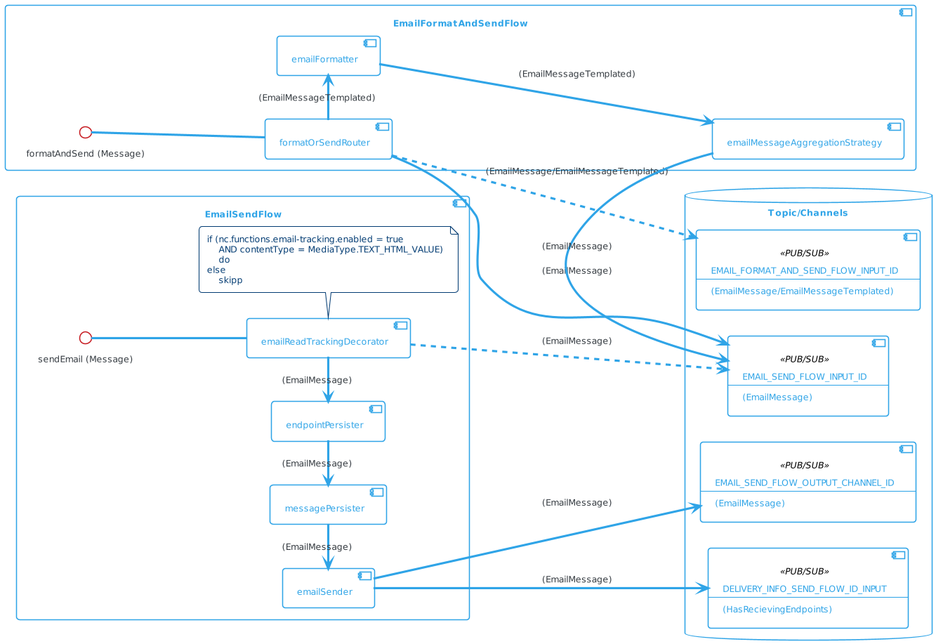
Before: docs/diagrams/png/email-processing-flow.png, a diagram exported from PlantUML (com-obj/notiflow). Its diagram source:
```plantuml
@startuml
!theme cerulean-outline

left to right direction

skinparam backgroundcolor White
skinparam component {
    backgroundColor<<user defined>> LightGray
}

database "Topic/Channels" {
    component EMAIL_FORMAT_AND_SEND_FLOW_INPUT_ID<<PUB/SUB>>[
        EMAIL_FORMAT_AND_SEND_FLOW_INPUT_ID
        --
        (EmailMessage/EmailMessageTemplated)
    ]

    component EMAIL_SEND_FLOW_INPUT_ID<<PUB/SUB>>[
        EMAIL_SEND_FLOW_INPUT_ID
        --
        (EmailMessage)
    ]

    component EMAIL_SEND_FLOW_OUTPUT_CHANNEL_ID<<PUB/SUB>>[
        EMAIL_SEND_FLOW_OUTPUT_CHANNEL_ID
        --
        (EmailMessage)
    ]

    component DELIVERY_INFO_SEND_FLOW_ID_INPUT<<PUB/SUB>>  [
        DELIVERY_INFO_SEND_FLOW_ID_INPUT
        --
        (HasRecievingEndpoints)
    ]

}

component "EmailSendFlow" {
    [emailReadTrackingDecorator]
    [endpointPersister]
    [messagePersister]
    [emailSender]

    emailReadTrackingDecorator -l-> endpointPersister: (EmailMessage)
    endpointPersister -l-> messagePersister: (EmailMessage)
    messagePersister -l-> emailSender: (EmailMessage)


    emailReadTrackingDecorator ..> EMAIL_SEND_FLOW_INPUT_ID : (EmailMessage)
    emailSender --> EMAIL_SEND_FLOW_OUTPUT_CHANNEL_ID : (EmailMessage)

    emailSender --> DELIVERY_INFO_SEND_FLOW_ID_INPUT : (EmailMessage)

    note bottom of emailReadTrackingDecorator
        if (nc.functions.email-tracking.enabled = true
            AND contentType = MediaType.TEXT_HTML_VALUE)
            do
        else
            skipp
    end note


    interface "sendEmail (Message)" as sendEmail
        emailReadTrackingDecorator -u- sendEmail
}



component "EmailFormatAndSendFlow" {
    [formatOrSendRouter]
    [emailFormatter]
    [emailMessageAggregationStrategy]

    emailFormatter --> emailMessageAggregationStrategy: (EmailMessageTemplated)

    formatOrSendRouter .> EMAIL_FORMAT_AND_SEND_FLOW_INPUT_ID : (EmailMessage/EmailMessageTemplated)



    formatOrSendRouter -> emailFormatter : (EmailMessageTemplated)
    formatOrSendRouter -> EMAIL_SEND_FLOW_INPUT_ID : (EmailMessage)

    emailMessageAggregationStrategy -> EMAIL_SEND_FLOW_INPUT_ID : (EmailMessage)

    interface "formatAndSend (Message)" as formatAndSend
        formatOrSendRouter -u- formatAndSend

}
@enduml
```
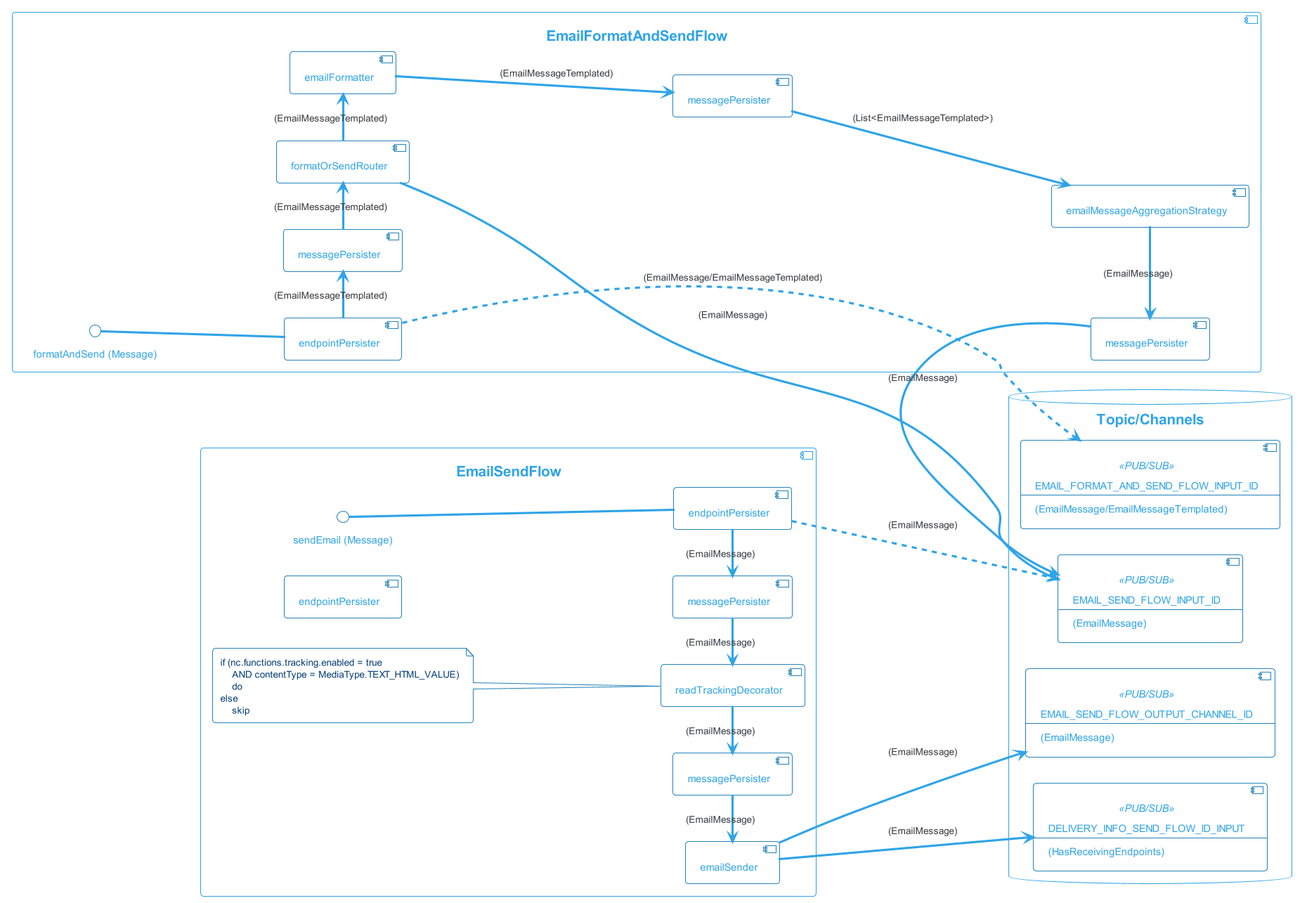
The same diagram one commit later.

The edit, as a diff of the source:
```diff
@@ -1,4 +1,5 @@
 @startuml
+
 !theme cerulean-outline
 
 left to right direction
@@ -30,60 +31,79 @@
     component DELIVERY_INFO_SEND_FLOW_ID_INPUT<<PUB/SUB>>  [
         DELIVERY_INFO_SEND_FLOW_ID_INPUT
         --
-        (HasRecievingEndpoints)
+        (HasReceivingEndpoints)
     ]
 
 }
 
 component "EmailSendFlow" {
-    [emailReadTrackingDecorator]
-    [endpointPersister]
-    [messagePersister]
+    [endpointPersister] as endpointPersister1
+    [messagePersister] as messagePersister1
+    [readTrackingDecorator]
+    [endpointPersister] as endpointPersister2
+    [messagePersister] as messagePersister2
     [emailSender]
 
-    emailReadTrackingDecorator -l-> endpointPersister: (EmailMessage)
-    endpointPersister -l-> messagePersister: (EmailMessage)
-    messagePersister -l-> emailSender: (EmailMessage)
+    endpointPersister1 -l-> messagePersister1: (EmailMessage)
+    messagePersister1 -l-> readTrackingDecorator: (EmailMessage)
+    readTrackingDecorator -l-> messagePersister2: (EmailMessage)
+    messagePersister2 -l-> emailSender: (EmailMessage)
 
 
-    emailReadTrackingDecorator ..> EMAIL_SEND_FLOW_INPUT_ID : (EmailMessage)
+    endpointPersister1 ..> EMAIL_SEND_FLOW_INPUT_ID : (EmailMessage)
     emailSender --> EMAIL_SEND_FLOW_OUTPUT_CHANNEL_ID : (EmailMessage)
 
     emailSender --> DELIVERY_INFO_SEND_FLOW_ID_INPUT : (EmailMessage)
 
-    note bottom of emailReadTrackingDecorator
-        if (nc.functions.email-tracking.enabled = true
+    note left of readTrackingDecorator
+        if (nc.functions.tracking.enabled = true
             AND contentType = MediaType.TEXT_HTML_VALUE)
             do
         else
-            skipp
+            skip
     end note
 
 
     interface "sendEmail (Message)" as sendEmail
-        emailReadTrackingDecorator -u- sendEmail
+        endpointPersister1 -u- sendEmail
 }
 
 
 
 component "EmailFormatAndSendFlow" {
+    [endpointPersister] as endpointPersister3
+    [messagePersister] as messagePersister3
     [formatOrSendRouter]
     [emailFormatter]
+    [messagePersister] as messagePersister4
     [emailMessageAggregationStrategy]
+    [messagePersister] as messagePersister5
 
-    emailFormatter --> emailMessageAggregationStrategy: (EmailMessageTemplated)
 
-    formatOrSendRouter .> EMAIL_FORMAT_AND_SEND_FLOW_INPUT_ID : (EmailMessage/EmailMessageTemplated)
+    emailFormatter --> messagePersister4: (EmailMessageTemplated)
+    messagePersister4 --> emailMessageAggregationStrategy: (List<EmailMessageTemplated>)
+
+    endpointPersister3 .> EMAIL_FORMAT_AND_SEND_FLOW_INPUT_ID : (EmailMessage/EmailMessageTemplated)
 
 
 
+    endpointPersister3 -> messagePersister3 : (EmailMessageTemplated)
+    messagePersister3 -> formatOrSendRouter : (EmailMessageTemplated)
     formatOrSendRouter -> emailFormatter : (EmailMessageTemplated)
     formatOrSendRouter -> EMAIL_SEND_FLOW_INPUT_ID : (EmailMessage)
 
-    emailMessageAggregationStrategy -> EMAIL_SEND_FLOW_INPUT_ID : (EmailMessage)
+    emailMessageAggregationStrategy -l-> messagePersister5 : (EmailMessage)
+    messagePersister5 -> EMAIL_SEND_FLOW_INPUT_ID : (EmailMessage)
 
     interface "formatAndSend (Message)" as formatAndSend
-        formatOrSendRouter -u- formatAndSend
+        endpointPersister3 -u- formatAndSend
 
 }
+
+
+
+
+
+
+
 @enduml
```
